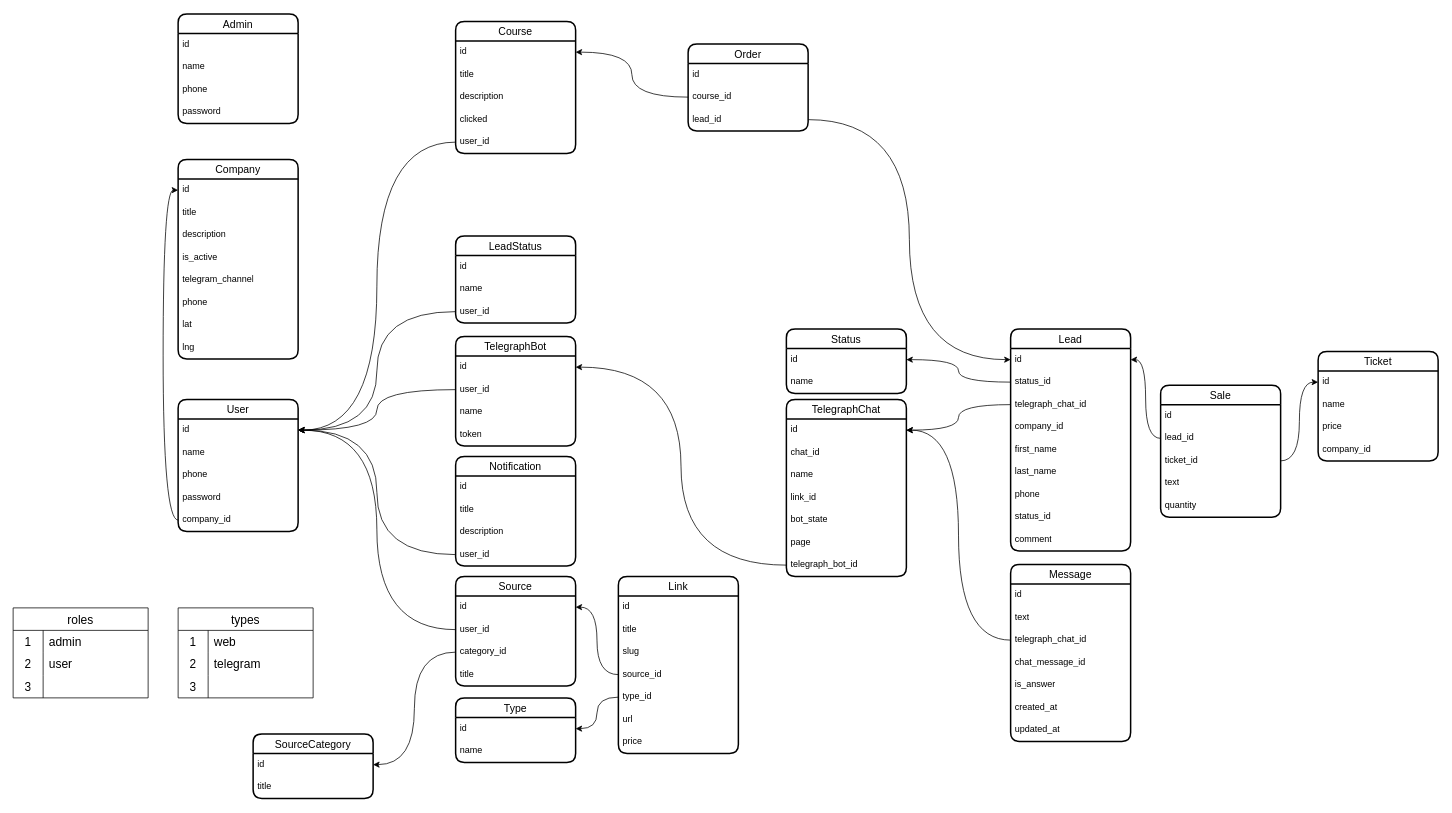
Before: page "Страница — 2" (4 of 5) of sales-up.drawio in iztileuoff/databases, a draw.io diagram. Source tidied: cells renumbered, new cells numbered last; positions are measured from the earlier drawing's top-left corner, leaving out a move shared by most shapes. Both pictures are drawn from the tidied source at 75%, with x=0, y=0 at pixel (13, 14).
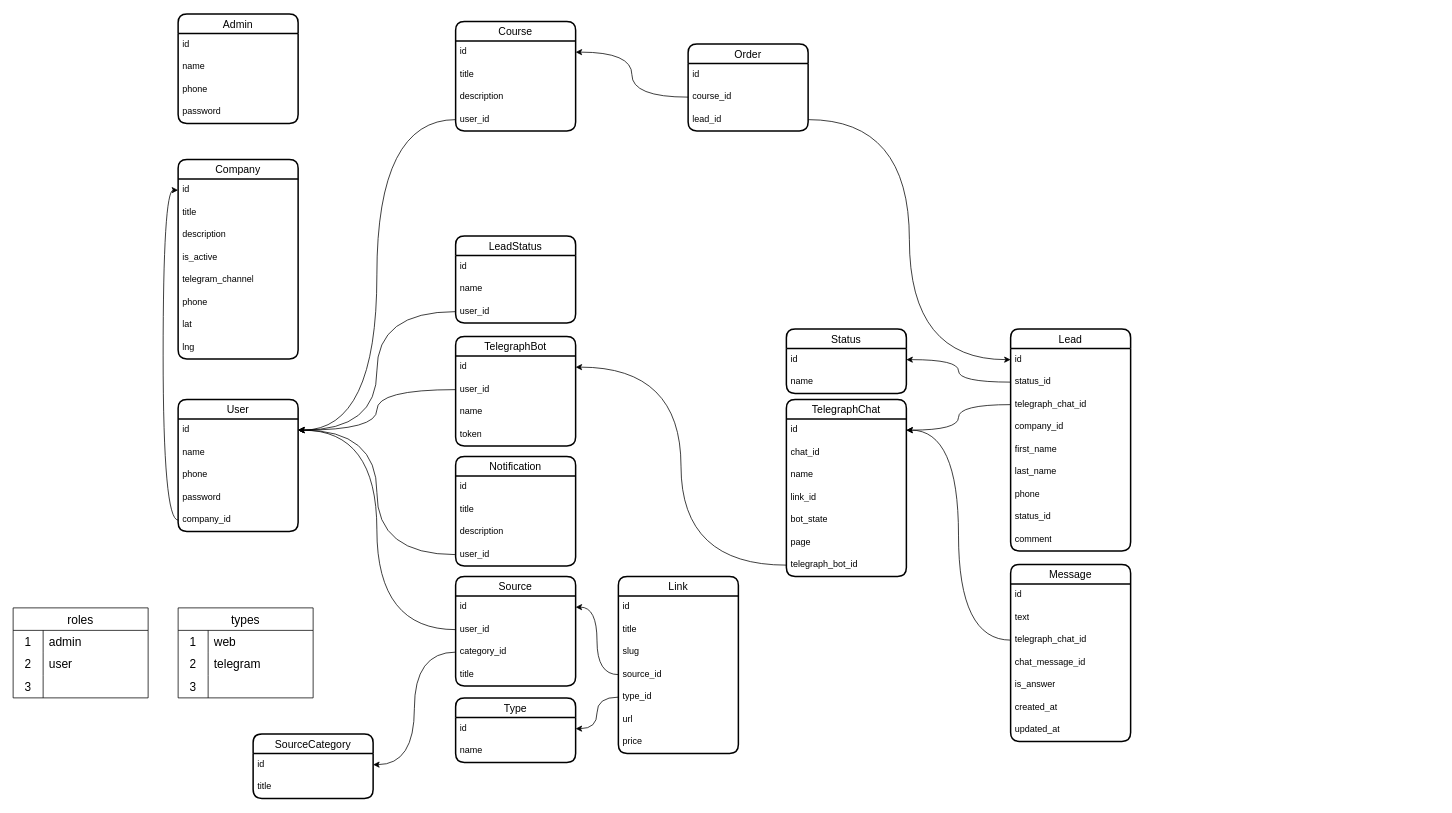
Above is the later version.

Unchanged cells that the change refers to:
```xml
<mxCell id="95" value="id" style="text;strokeColor=none;fillColor=none;spacingLeft=4;spacingRight=4;overflow=hidden;points=[[0,0.5],[1,0.5]];portConstraint=eastwest;fontSize=12;whiteSpace=wrap;html=1;" parent="94" vertex="1">
  <mxGeometry y="26" width="160" height="30" as="geometry" />
</mxCell>
```

What changed in the source:
```diff
@@
     <mxCell id="54" value="Course" style="swimlane;fontStyle=0;horizontal=1;startSize=26;align=center;fontSize=14;strokeWidth=2;rounded=1;shadow=0;glass=0;swimlaneLine=1;" parent="1" vertex="1">
-      <mxGeometry x="590" y="10" width="160" height="176" as="geometry" />
+      <mxGeometry x="590" y="10" width="160" height="146" as="geometry" />
     </mxCell>
@@
-    <mxCell id="58" value="clicked" style="text;strokeColor=none;fillColor=none;spacingLeft=4;spacingRight=4;overflow=hidden;fontSize=12;whiteSpace=wrap;html=1;" parent="54" vertex="1">
-      <mxGeometry y="116" width="160" height="30" as="geometry" />
-    </mxCell>
     <mxCell id="59" value="user_id" style="text;strokeColor=none;fillColor=none;spacingLeft=4;spacingRight=4;overflow=hidden;points=[[0,0.5],[1,0.5]];portConstraint=eastwest;fontSize=12;whiteSpace=wrap;html=1;" parent="54" vertex="1">
-      <mxGeometry y="146" width="160" height="30" as="geometry" />
+      <mxGeometry y="116" width="160" height="30" as="geometry" />
     </mxCell>
@@
-    <mxCell id="104" value="Ticket" style="swimlane;fontStyle=0;horizontal=1;startSize=26;align=center;fontSize=14;strokeWidth=2;rounded=1;shadow=0;glass=0;swimlaneLine=1;" parent="1" vertex="1">
-      <mxGeometry x="1740" y="450" width="160" height="146" as="geometry" />
-    </mxCell>
-    <mxCell id="105" value="id" style="text;strokeColor=none;fillColor=none;spacingLeft=4;spacingRight=4;overflow=hidden;points=[[0,0.5],[1,0.5]];portConstraint=eastwest;fontSize=12;whiteSpace=wrap;html=1;" parent="104" vertex="1">
-      <mxGeometry y="26" width="160" height="30" as="geometry" />
-    </mxCell>
-    <mxCell id="106" value="name" style="text;strokeColor=none;fillColor=none;spacingLeft=4;spacingRight=4;overflow=hidden;fontSize=12;whiteSpace=wrap;html=1;" parent="104" vertex="1">
-      <mxGeometry y="56" width="160" height="30" as="geometry" />
-    </mxCell>
-    <mxCell id="107" value="price" style="text;strokeColor=none;fillColor=none;spacingLeft=4;spacingRight=4;overflow=hidden;fontSize=12;whiteSpace=wrap;html=1;" parent="104" vertex="1">
-      <mxGeometry y="86" width="160" height="30" as="geometry" />
-    </mxCell>
-    <mxCell id="108" value="company_id" style="text;strokeColor=none;fillColor=none;spacingLeft=4;spacingRight=4;overflow=hidden;fontSize=12;whiteSpace=wrap;html=1;" parent="104" vertex="1">
-      <mxGeometry y="116" width="160" height="30" as="geometry" />
-    </mxCell>
-    <mxCell id="109" value="Sale" style="swimlane;fontStyle=0;horizontal=1;startSize=26;align=center;fontSize=14;strokeWidth=2;rounded=1;shadow=0;glass=0;swimlaneLine=1;" parent="1" vertex="1">
-      <mxGeometry x="1530" y="495" width="160" height="176" as="geometry" />
-    </mxCell>
-    <mxCell id="110" value="id" style="text;strokeColor=none;fillColor=none;spacingLeft=4;spacingRight=4;overflow=hidden;fontSize=12;whiteSpace=wrap;html=1;" parent="109" vertex="1">
-      <mxGeometry y="26" width="160" height="30" as="geometry" />
-    </mxCell>
-    <mxCell id="111" value="lead_id" style="text;strokeColor=none;fillColor=none;spacingLeft=4;spacingRight=4;overflow=hidden;points=[[0,0.5],[1,0.5]];portConstraint=eastwest;fontSize=12;whiteSpace=wrap;html=1;" parent="109" vertex="1">
-      <mxGeometry y="56" width="160" height="30" as="geometry" />
-    </mxCell>
-    <mxCell id="112" value="ticket_id" style="text;strokeColor=none;fillColor=none;spacingLeft=4;spacingRight=4;overflow=hidden;points=[[0,0.5],[1,0.5]];portConstraint=eastwest;fontSize=12;whiteSpace=wrap;html=1;" parent="109" vertex="1">
-      <mxGeometry y="86" width="160" height="30" as="geometry" />
-    </mxCell>
-    <mxCell id="113" value="text" style="text;strokeColor=none;fillColor=none;spacingLeft=4;spacingRight=4;overflow=hidden;fontSize=12;whiteSpace=wrap;html=1;" parent="109" vertex="1">
-      <mxGeometry y="116" width="160" height="30" as="geometry" />
-    </mxCell>
-    <mxCell id="114" value="quantity" style="text;strokeColor=none;fillColor=none;spacingLeft=4;spacingRight=4;overflow=hidden;fontSize=12;whiteSpace=wrap;html=1;" parent="109" vertex="1">
-      <mxGeometry y="146" width="160" height="30" as="geometry" />
-    </mxCell>
-    <mxCell id="115" style="edgeStyle=orthogonalEdgeStyle;rounded=0;jettySize=auto;html=1;entryX=1;entryY=0.5;entryDx=0;entryDy=0;curved=1;" parent="1" edge="1" source="111" target="95">
-      <mxGeometry relative="1" as="geometry" />
-    </mxCell>
-    <mxCell id="116" style="edgeStyle=orthogonalEdgeStyle;rounded=0;jettySize=auto;html=1;entryX=0;entryY=0.5;entryDx=0;entryDy=0;curved=1;" parent="1" edge="1" source="112" target="105">
-      <mxGeometry relative="1" as="geometry" />
-    </mxCell>
```
